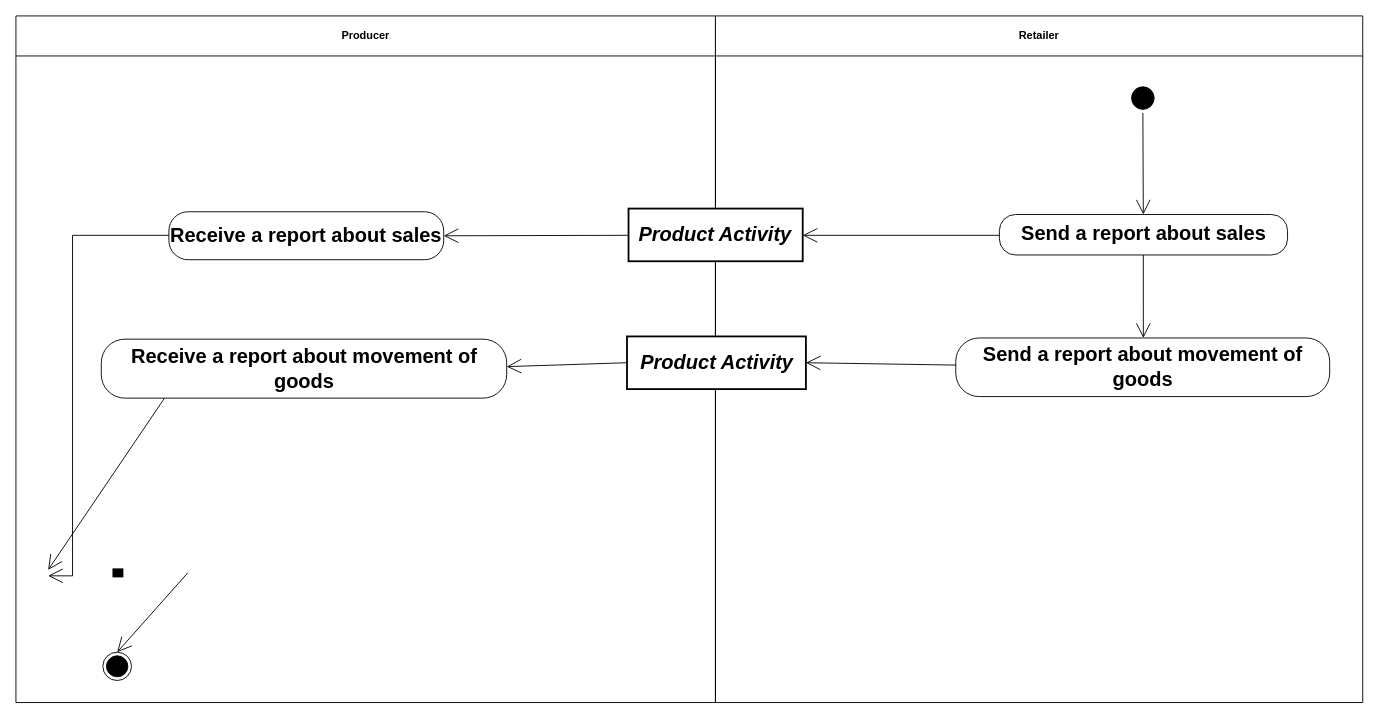
This is diagrams/UBL-2.2-CRP-SalesAndInventoryMovement/UBL-2.2-CRP-SalesAndInventoryMovement.drawio from kduvekot/ubl-work-on-svg-images, a draw.io file, before an edit. Source tidied: cells renumbered, new cells numbered last; positions are measured from the earlier drawing's top-left corner, leaving out a move shared by most shapes. Both pictures are drawn from the tidied source at 91%, with x=0, y=0 at pixel (15, 15).
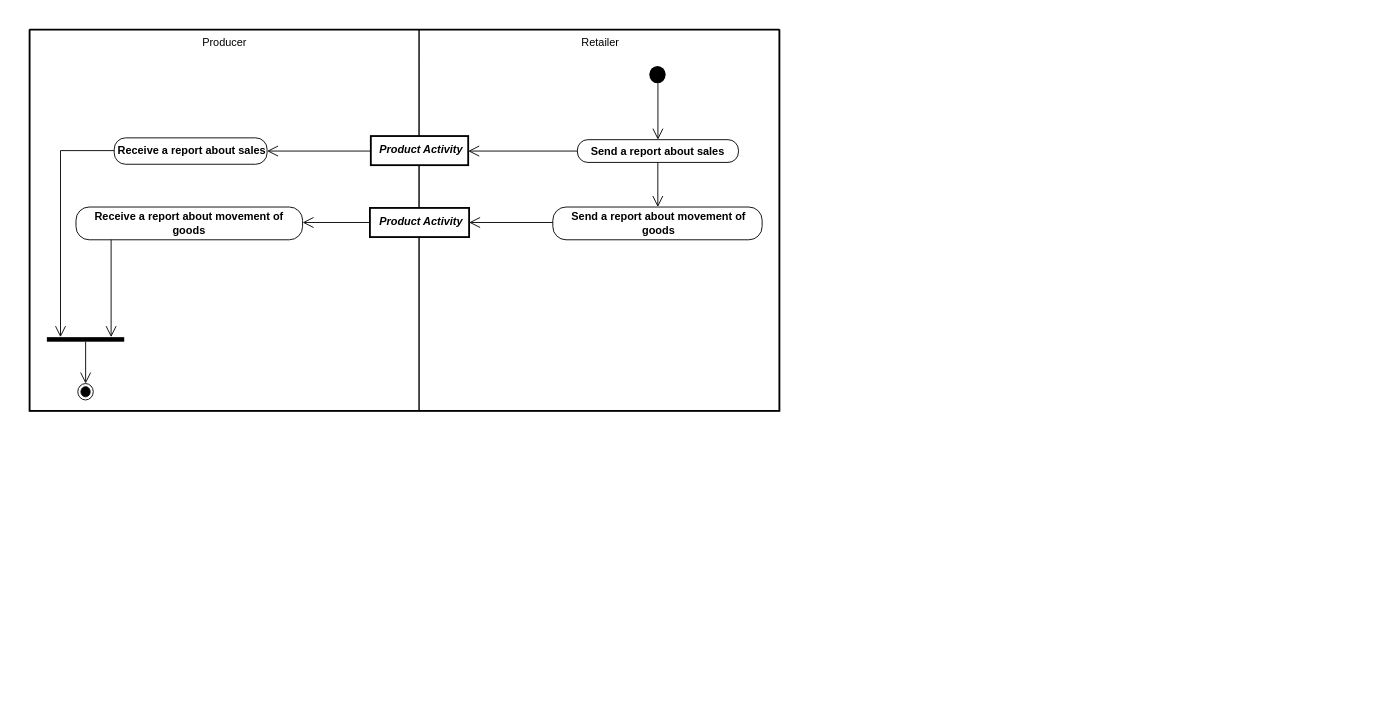
The same diagram, later.

The edit, as a diff of the source:
```diff
@@
+    <mxCell id="22" style="swimlane;html=1;startSize=0;whiteSpace=wrap;fillColor=none;strokeWidth=2;" parent="1" vertex="1">
+      <mxGeometry x="15" y="15" width="824" height="419" as="geometry" />
+    </mxCell>
-    <mxCell id="2" value="Producer" style="swimlane;whiteSpace=wrap;html=1;startSize=44;" parent="1" vertex="1">
-      <mxGeometry width="768.7" height="754.5" as="geometry" />
+    <mxCell id="2" value="Producer" style="swimlane;horizontal=1;startSize=30;swimlaneLine=0;html=1;fillColor=none;fontSize=12;fontStyle=0;spacing=0;" parent="22" vertex="1">
+      <mxGeometry width="428" height="419" as="geometry" />
     </mxCell>
-    <mxCell id="3" value="Retailer" style="swimlane;whiteSpace=wrap;html=1;startSize=44;" parent="1" vertex="1">
-      <mxGeometry x="768.7" width="711.3" height="754.5" as="geometry" />
+    <mxCell id="3" value="Retailer" style="swimlane;horizontal=1;startSize=30;swimlaneLine=0;html=1;fillColor=none;fontSize=12;fontStyle=0;spacing=0;spacingLeft=2;" parent="22" vertex="1">
+      <mxGeometry x="428" width="396" height="419" as="geometry" />
     </mxCell>
-    <mxCell id="4" style="ellipse;html=1;shape=startState;fillColor=#000000;strokeColor=#000000;fontFamily=Helvetica;fontSize=22;" parent="1" vertex="1">
-      <mxGeometry x="1222" y="73.9" width="32.8" height="32.8" as="geometry" />
+    <mxCell id="4" style="ellipse;shape=startState;fillColor=#000000;strokeColor=none;html=1;" parent="3" vertex="1">
+      <mxGeometry x="249" y="36" width="26" height="27" as="geometry" />
     </mxCell>
-    <mxCell id="5" value="Product Activity" style="rounded=0;whiteSpace=wrap;html=1;fontStyle=3;strokeWidth=2;fontFamily=Helvetica;fontSize=22;" parent="1" vertex="1">
-      <mxGeometry x="673.2" y="211.7" width="191.4" height="57.9" as="geometry" />
+    <mxCell id="5" value="Product Activity" style="rounded=0;html=1;whiteSpace=nowrap;fontSize=12;fontStyle=3;align=center;verticalAlign=middle;spacing=0;spacingLeft=3;spacingBottom=2;strokeWidth=2;" parent="3" vertex="1">
+      <mxGeometry x="-53" y="117" width="107" height="32" as="geometry" />
     </mxCell>
-    <mxCell id="6" value="Receive a report about sales" style="rounded=1;arcSize=40;whiteSpace=wrap;html=1;fontStyle=1;fontFamily=Helvetica;fontSize=22;" parent="1" vertex="1">
-      <mxGeometry x="168.1" y="215.2" width="302" height="52.7" as="geometry" />
+    <mxCell id="6" value="Receive a report about sales" style="rounded=1;absoluteArcSize=1;arcSize=25;html=1;whiteSpace=nowrap;fontSize=12;fontStyle=1;align=center;verticalAlign=middle;spacing=0;spacingLeft=1;spacingBottom=1;" parent="2" vertex="1">
+      <mxGeometry x="93" y="119" width="168" height="29" as="geometry" />
     </mxCell>
-    <mxCell id="7" value="Send a report about sales" style="rounded=1;arcSize=40;whiteSpace=wrap;html=1;fontStyle=1;fontFamily=Helvetica;fontSize=22;" parent="1" vertex="1">
-      <mxGeometry x="1080.7" y="218.2" width="316.7" height="44.5" as="geometry" />
+    <mxCell id="7" value="Send a report about sales" style="rounded=1;absoluteArcSize=1;arcSize=23;html=1;whiteSpace=nowrap;fontSize=12;fontStyle=1;align=center;verticalAlign=middle;spacing=0;spacingRight=1;spacingTop=1;" parent="3" vertex="1">
+      <mxGeometry x="174" y="121" width="177" height="25" as="geometry" />
     </mxCell>
-    <mxCell id="8" value="Product Activity" style="rounded=0;whiteSpace=wrap;html=1;fontStyle=3;strokeWidth=2;fontFamily=Helvetica;fontSize=22;" parent="1" vertex="1">
-      <mxGeometry x="671.5" y="352.2" width="196.6" height="57.9" as="geometry" />
+    <mxCell id="8" value="Product Activity" style="rounded=0;html=1;whiteSpace=nowrap;fontSize=12;fontStyle=3;align=center;verticalAlign=middle;spacing=0;spacingLeft=2;spacingBottom=2;strokeWidth=2;" parent="3" vertex="1">
+      <mxGeometry x="-54" y="196" width="109" height="32" as="geometry" />
     </mxCell>
-    <mxCell id="9" value="Send a report about movement of goods" style="rounded=1;arcSize=40;whiteSpace=wrap;html=1;fontStyle=1;fontFamily=Helvetica;fontSize=22;" parent="1" vertex="1">
-      <mxGeometry x="1032.8" y="353.9" width="410.9" height="64.4" as="geometry" />
+    <mxCell id="9" value="Send a report about movement of&lt;br&gt;goods" style="rounded=1;absoluteArcSize=1;arcSize=29;html=1;whiteSpace=nowrap;fontSize=12;fontStyle=1;align=center;verticalAlign=middle;spacing=0;spacingLeft=1;" parent="3" vertex="1">
+      <mxGeometry x="147" y="195" width="230" height="36" as="geometry" />
     </mxCell>
-    <mxCell id="10" value="Receive a report about movement of goods" style="rounded=1;arcSize=40;whiteSpace=wrap;html=1;fontStyle=1;fontFamily=Helvetica;fontSize=22;" parent="1" vertex="1">
-      <mxGeometry x="93.8" y="355.2" width="445.5" height="64.8" as="geometry" />
+    <mxCell id="10" value="Receive a report about movement of&lt;br&gt;goods" style="rounded=1;absoluteArcSize=1;arcSize=29;html=1;whiteSpace=nowrap;fontSize=12;fontStyle=1;align=center;verticalAlign=middle;spacing=0;spacingRight=2;" parent="2" vertex="1">
+      <mxGeometry x="51" y="195" width="249" height="36" as="geometry" />
     </mxCell>
-    <mxCell id="11" style="html=1;shape=line;direction=north;strokeWidth=12;fontFamily=Helvetica;fontSize=22;" parent="1" vertex="1">
-      <mxGeometry x="35.4" y="607.1" width="153.4" height="9.9" as="geometry" />
+    <mxCell id="11" style="html=1;points=[[0.176471,0],[0.50114,1],[0.8306,0]];perimeter=orthogonalPerimeter;fillColor=#000000;strokeColor=none;" parent="2" vertex="1">
+      <mxGeometry x="19" y="338" width="85" height="5" as="geometry" />
     </mxCell>
-    <mxCell id="12" style="ellipse;html=1;shape=endState;fillColor=#000000;strokeColor=#000000;fontFamily=Helvetica;fontSize=22;" parent="1" vertex="1">
-      <mxGeometry x="95.5" y="699.2" width="31.5" height="31.1" as="geometry" />
+    <mxCell id="12" style="ellipse;shape=endState;fillColor=#000000;html=1;" parent="2" vertex="1">
+      <mxGeometry x="53" y="389" width="17" height="18" as="geometry" />
     </mxCell>
-    <mxCell id="13" style="edgeStyle=none;rounded=0;html=1;endArrow=open;endFill=0;endSize=14;exitX=0.5152;exitY=1.0;entryX=0.4995;entryY=0.0;" parent="1" edge="1" source="4" target="7">
+    <mxCell id="13" style="edgeStyle=none;rounded=0;html=1;endArrow=open;endFill=0;endSize=10;exitPerimeter=0;entryX=0.5;entryY=0;entryPerimeter=0;exitX=0.519231;exitY=0.8479;" parent="3" edge="1" source="4" target="7">
       <mxGeometry relative="1" as="geometry" />
     </mxCell>
-    <mxCell id="14" style="edgeStyle=none;rounded=0;html=1;endArrow=open;endFill=0;endSize=14;exitX=0.0;exitY=0.5078;entryX=1.0;entryY=0.5009;" parent="1" edge="1" source="5" target="6">
+    <mxCell id="14" style="edgeStyle=none;rounded=0;html=1;endArrow=open;endFill=0;endSize=10;exitPerimeter=0;entryX=1;entryY=0.5;entryPerimeter=0;exitX=0;exitY=0.515625;" parent="22" edge="1" source="5" target="6">
       <mxGeometry relative="1" as="geometry" />
     </mxCell>
-    <mxCell id="15" style="edgeStyle=none;rounded=0;html=1;endArrow=open;endFill=0;endSize=14;exitX=0.0;exitY=0.5146;entryX=1.0;entryY=0.5078;" parent="1" edge="1" source="7" target="5">
+    <mxCell id="15" style="edgeStyle=none;rounded=0;html=1;endArrow=open;endFill=0;endSize=10;exitX=0;exitY=0.5;exitPerimeter=0;entryPerimeter=0;entryX=1;entryY=0.515625;" parent="3" edge="1" source="7" target="5">
       <mxGeometry relative="1" as="geometry" />
     </mxCell>
-    <mxCell id="16" style="edgeStyle=orthogonalEdgeStyle;rounded=0;html=1;endArrow=open;endFill=0;endSize=14;exitX=0.0;exitY=0.4915;entryX=0.1747;entryY=0.0;" parent="1" edge="1" source="6" target="11">
+    <mxCell id="16" style="edgeStyle=orthogonalEdgeStyle;rounded=0;html=1;endArrow=open;endFill=0;endSize=10;exitPerimeter=0;entryPerimeter=0;exitX=0;exitY=0.482759;entryX=0.176471;entryY=0;" parent="2" edge="1" source="6" target="11">
       <mxGeometry relative="1" as="geometry">
         <Array as="points">
-          <mxPoint x="62.2" y="241.1" />
+          <mxPoint x="34" y="133" />
         </Array>
       </mxGeometry>
     </mxCell>
-    <mxCell id="17" style="edgeStyle=none;rounded=0;html=1;endArrow=open;endFill=0;endSize=14;exitX=0.4995;exitY=1.0;entryX=0.5016;entryY=0.0;" parent="1" edge="1" source="7" target="9">
+    <mxCell id="17" style="edgeStyle=none;rounded=0;html=1;endArrow=open;endFill=0;endSize=10;exitPerimeter=0;entryX=0.5017;entryY=0;entryPerimeter=0;exitX=0.499384;exitY=1;" parent="3" edge="1" source="7" target="9">
       <mxGeometry relative="1" as="geometry" />
     </mxCell>
-    <mxCell id="18" style="edgeStyle=none;rounded=0;html=1;endArrow=open;endFill=0;endSize=14;exitX=0.0;exitY=0.4627;entryX=1.0;entryY=0.4991;" parent="1" edge="1" source="9" target="8">
+    <mxCell id="18" style="edgeStyle=none;rounded=0;html=1;endArrow=open;endFill=0;endSize=10;exitPerimeter=0;entryX=1;entryY=0.5;entryPerimeter=0;exitX=0;exitY=0.472222;" parent="3" edge="1" source="9" target="8">
       <mxGeometry relative="1" as="geometry" />
     </mxCell>
-    <mxCell id="19" style="edgeStyle=none;rounded=0;html=1;endArrow=open;endFill=0;endSize=14;exitX=0.0;exitY=0.4991;entryX=1.0;entryY=0.466;" parent="1" edge="1" source="8" target="10">
+    <mxCell id="19" style="edgeStyle=none;rounded=0;html=1;endArrow=open;endFill=0;endSize=10;exitX=0;exitY=0.5;exitPerimeter=0;entryPerimeter=0;entryX=1;entryY=0.472222;" parent="22" edge="1" source="8" target="10">
       <mxGeometry relative="1" as="geometry" />
     </mxCell>
-    <mxCell id="20" style="edgeStyle=none;rounded=0;html=1;endArrow=open;endFill=0;endSize=14;exitX=0.156;exitY=1.0;entryX=0.8312;entryY=0.0;" parent="1" edge="1" source="10" target="11">
+    <mxCell id="20" style="edgeStyle=none;rounded=0;html=1;endArrow=open;endFill=0;endSize=10;exitPerimeter=0;entryX=0.8306;entryY=0;entryPerimeter=0;exitX=0.155024;exitY=1;" parent="2" edge="1" source="10" target="11">
       <mxGeometry relative="1" as="geometry" />
     </mxCell>
-    <mxCell id="21" style="edgeStyle=none;rounded=0;html=1;endArrow=open;endFill=0;endSize=14;exitX=0.4987;exitY=1.0;entryX=0.5079;entryY=0.0;" parent="1" edge="1" source="11" target="12">
+    <mxCell id="21" style="edgeStyle=none;rounded=0;html=1;endArrow=open;endFill=0;endSize=10;exitPerimeter=0;entryX=0.5057;entryY=0;entryPerimeter=0;exitX=0.50114;exitY=1;" parent="2" edge="1" source="11" target="12">
       <mxGeometry relative="1" as="geometry" />
     </mxCell>
```
